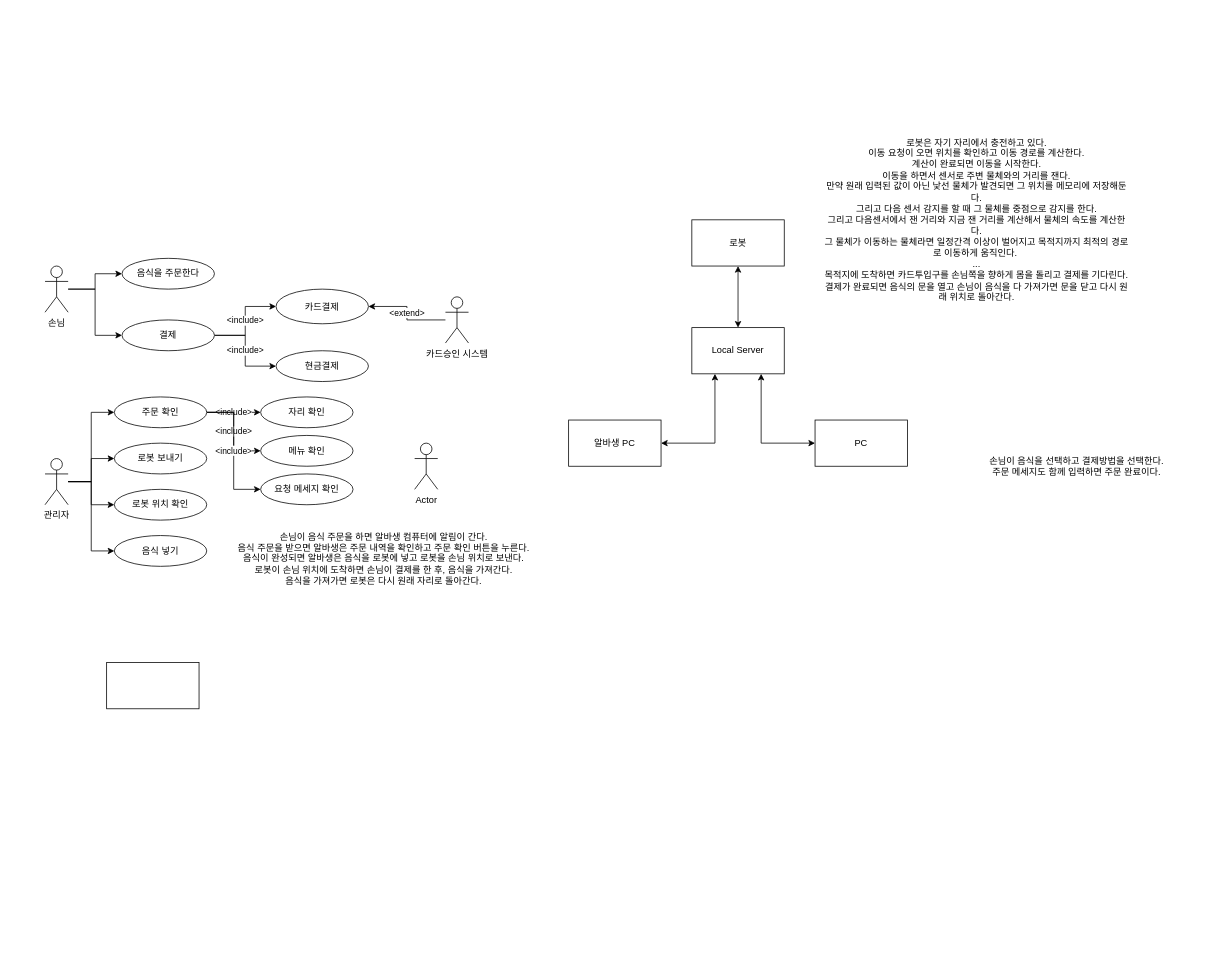
The draw.io diagram 제목 없는 다이어그램.drawio in oyc0401/Creative-Computer-Engineering-Design, before the edit. Source tidied: cells renumbered, new cells numbered last; positions are measured from the earlier drawing's top-left corner, leaving out a move shared by most shapes. Both pictures are drawn from the tidied source at 77%, with x=0, y=0 at pixel (45, 142).
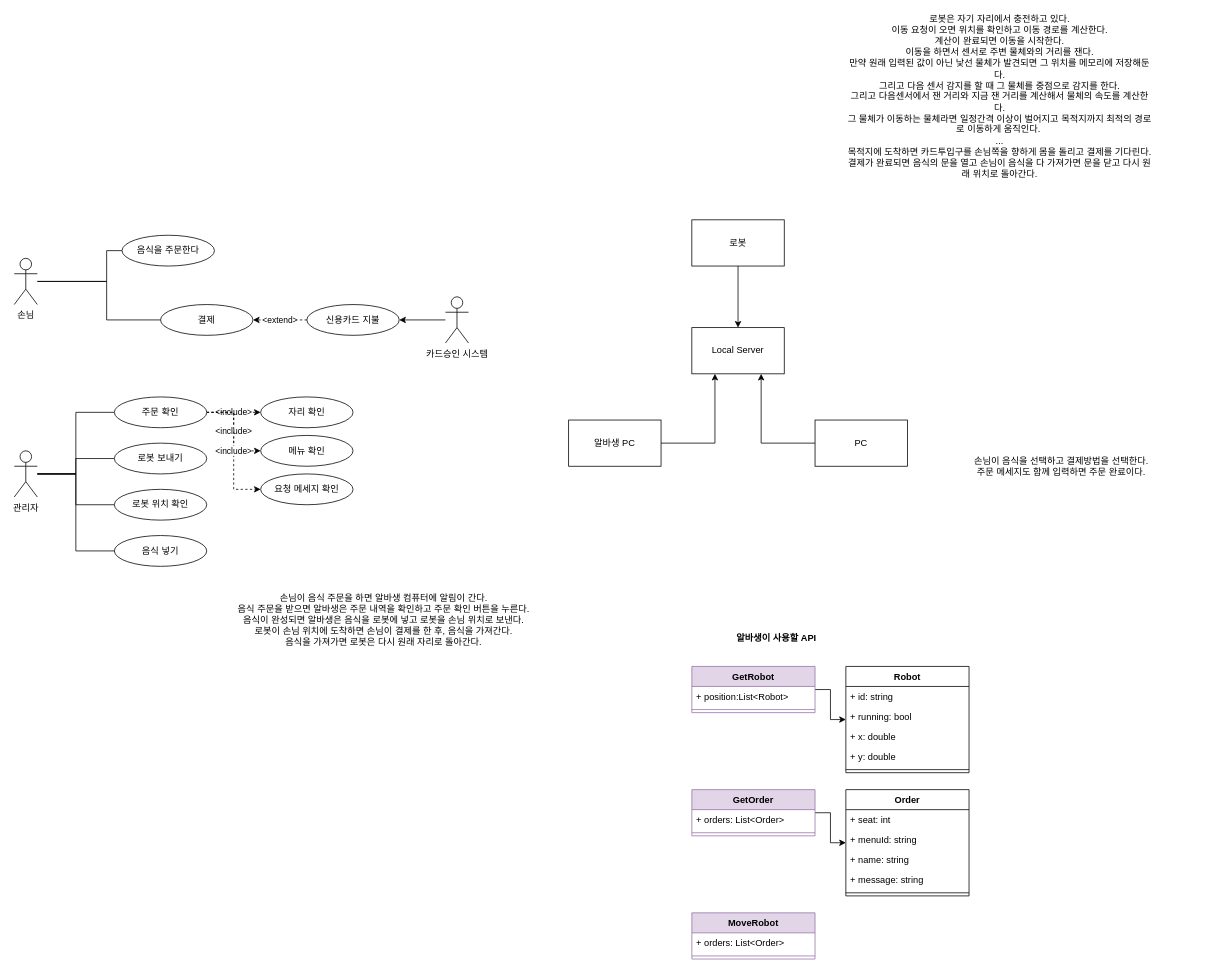
Above is the later version.

The change refers to these unchanged cells:
```xml
<mxCell id="16" value="로봇 보내기" style="ellipse;whiteSpace=wrap;html=1;" parent="1" vertex="1">
  <mxGeometry x="90" y="390" width="120" height="40" as="geometry" />
</mxCell>
<mxCell id="17" value="음식 넣기" style="ellipse;whiteSpace=wrap;html=1;" parent="1" vertex="1">
  <mxGeometry x="90" y="510" width="120" height="40" as="geometry" />
</mxCell>
<mxCell id="18" value="로봇 위치 확인" style="ellipse;whiteSpace=wrap;html=1;" parent="1" vertex="1">
  <mxGeometry x="90" y="450" width="120" height="40" as="geometry" />
</mxCell>
<mxCell id="22" value="주문 확인" style="ellipse;whiteSpace=wrap;html=1;" parent="1" vertex="1">
  <mxGeometry x="90" y="330" width="120" height="40" as="geometry" />
</mxCell>
<mxCell id="24" value="카드승인 시스템" style="shape=umlActor;verticalLabelPosition=bottom;verticalAlign=top;html=1;outlineConnect=0;" parent="1" vertex="1">
  <mxGeometry x="520" y="200" width="30" height="60" as="geometry" />
</mxCell>
<mxCell id="27" value="Local Server" style="rounded=0;whiteSpace=wrap;html=1;" parent="1" vertex="1">
  <mxGeometry x="840" y="240" width="120" height="60" as="geometry" />
</mxCell>
<mxCell id="29" value="PC" style="rounded=0;whiteSpace=wrap;html=1;" parent="1" vertex="1">
  <mxGeometry x="1000" y="360" width="120" height="60" as="geometry" />
</mxCell>
<mxCell id="31" value="알바생 PC" style="rounded=0;whiteSpace=wrap;html=1;" parent="1" vertex="1">
  <mxGeometry x="680" y="360" width="120" height="60" as="geometry" />
</mxCell>
<mxCell id="32" value="로봇" style="rounded=0;whiteSpace=wrap;html=1;" parent="1" vertex="1">
  <mxGeometry x="840" y="100" width="120" height="60" as="geometry" />
</mxCell>
<mxCell id="33" value="자리 확인" style="ellipse;whiteSpace=wrap;html=1;" parent="1" vertex="1">
  <mxGeometry x="280" y="330" width="120" height="40" as="geometry" />
</mxCell>
<mxCell id="34" value="메뉴 확인" style="ellipse;whiteSpace=wrap;html=1;" parent="1" vertex="1">
  <mxGeometry x="280" y="380" width="120" height="40" as="geometry" />
</mxCell>
<mxCell id="35" value="요청 메세지 확인" style="ellipse;whiteSpace=wrap;html=1;" parent="1" vertex="1">
  <mxGeometry x="280" y="430" width="120" height="40" as="geometry" />
</mxCell>
```

The edit, as a diff of the source:
```diff
@@
-    <mxCell id="2" style="edgeStyle=orthogonalEdgeStyle;rounded=0;jettySize=auto;html=1;" parent="1" edge="1" source="4" target="5">
-      <mxGeometry relative="1" as="geometry" />
+    <mxCell id="2" style="edgeStyle=orthogonalEdgeStyle;rounded=0;jettySize=auto;html=1;endArrow=none;endFill=0;" parent="1" edge="1" source="4" target="5">
+      <mxGeometry relative="1" as="geometry">
+        <Array as="points">
+          <mxPoint x="80" y="180" />
+          <mxPoint x="80" y="140" />
+        </Array>
+      </mxGeometry>
     </mxCell>
-    <mxCell id="3" style="edgeStyle=orthogonalEdgeStyle;rounded=0;jettySize=auto;html=1;entryX=0;entryY=0.5;entryDx=0;entryDy=0;" parent="1" edge="1" source="4" target="8">
-      <mxGeometry relative="1" as="geometry" />
+    <mxCell id="3" style="edgeStyle=orthogonalEdgeStyle;rounded=0;jettySize=auto;html=1;entryX=0;entryY=0.5;entryDx=0;entryDy=0;startArrow=none;startFill=0;endArrow=none;endFill=0;" parent="1" edge="1" source="4" target="8">
+      <mxGeometry relative="1" as="geometry">
+        <Array as="points">
+          <mxPoint x="80" y="180" />
+          <mxPoint x="80" y="230" />
+        </Array>
+      </mxGeometry>
     </mxCell>
     <mxCell id="4" value="손님" style="shape=umlActor;verticalLabelPosition=bottom;verticalAlign=top;html=1;outlineConnect=0;" parent="1" vertex="1">
-      <mxGeometry y="160" width="30" height="60" as="geometry" />
+      <mxGeometry x="-40" y="150" width="30" height="60" as="geometry" />
     </mxCell>
     <mxCell id="5" value="음식을 주문한다" style="ellipse;whiteSpace=wrap;html=1;" parent="1" vertex="1">
-      <mxGeometry x="100" y="150" width="120" height="40" as="geometry" />
+      <mxGeometry x="100" y="120" width="120" height="40" as="geometry" />
     </mxCell>
-    <mxCell id="6" value="&amp;lt;include&amp;gt;" style="edgeStyle=orthogonalEdgeStyle;rounded=0;jettySize=auto;html=1;" parent="1" edge="1" source="8" target="9">
-      <mxGeometry relative="1" as="geometry" />
-    </mxCell>
-    <mxCell id="7" value="&amp;lt;include&amp;gt;" style="edgeStyle=orthogonalEdgeStyle;rounded=0;jettySize=auto;html=1;" parent="1" edge="1" source="8" target="10">
-      <mxGeometry relative="1" as="geometry" />
-    </mxCell>
     <mxCell id="8" value="결제" style="ellipse;whiteSpace=wrap;html=1;" parent="1" vertex="1">
-      <mxGeometry x="100" y="230" width="120" height="40" as="geometry" />
+      <mxGeometry x="150" y="210" width="120" height="40" as="geometry" />
     </mxCell>
-    <mxCell id="9" value="카드결제" style="ellipse;whiteSpace=wrap;html=1;" parent="1" vertex="1">
-      <mxGeometry x="300" y="190" width="120" height="45" as="geometry" />
-    </mxCell>
-    <mxCell id="10" value="현금결제" style="ellipse;whiteSpace=wrap;html=1;" parent="1" vertex="1">
-      <mxGeometry x="300" y="270" width="120" height="40" as="geometry" />
-    </mxCell>
-    <mxCell id="11" style="edgeStyle=orthogonalEdgeStyle;rounded=0;jettySize=auto;html=1;" parent="1" edge="1" source="15" target="16">
+    <mxCell id="11" style="edgeStyle=orthogonalEdgeStyle;rounded=0;jettySize=auto;html=1;endArrow=none;endFill=0;" parent="1" edge="1" source="15" target="16">
       <mxGeometry relative="1" as="geometry" />
     </mxCell>
-    <mxCell id="12" style="edgeStyle=orthogonalEdgeStyle;rounded=0;jettySize=auto;html=1;entryX=0;entryY=0.5;entryDx=0;entryDy=0;" parent="1" edge="1" source="15" target="17">
+    <mxCell id="12" style="edgeStyle=orthogonalEdgeStyle;rounded=0;jettySize=auto;html=1;entryX=0;entryY=0.5;entryDx=0;entryDy=0;endArrow=none;endFill=0;" parent="1" edge="1" source="15" target="17">
       <mxGeometry relative="1" as="geometry" />
     </mxCell>
-    <mxCell id="13" style="edgeStyle=orthogonalEdgeStyle;rounded=0;jettySize=auto;html=1;" parent="1" edge="1" source="15" target="18">
+    <mxCell id="13" style="edgeStyle=orthogonalEdgeStyle;rounded=0;jettySize=auto;html=1;endArrow=none;endFill=0;" parent="1" edge="1" source="15" target="18">
       <mxGeometry relative="1" as="geometry" />
     </mxCell>
-    <mxCell id="14" style="edgeStyle=orthogonalEdgeStyle;rounded=0;jettySize=auto;html=1;entryX=0;entryY=0.5;entryDx=0;entryDy=0;" parent="1" edge="1" source="15" target="22">
+    <mxCell id="14" style="edgeStyle=orthogonalEdgeStyle;rounded=0;jettySize=auto;html=1;entryX=0;entryY=0.5;entryDx=0;entryDy=0;endArrow=none;endFill=0;" parent="1" edge="1" source="15" target="22">
       <mxGeometry relative="1" as="geometry" />
     </mxCell>
     <mxCell id="15" value="관리자" style="shape=umlActor;verticalLabelPosition=bottom;verticalAlign=top;html=1;outlineConnect=0;" parent="1" vertex="1">
-      <mxGeometry y="410" width="30" height="60" as="geometry" />
+      <mxGeometry x="-40" y="400" width="30" height="60" as="geometry" />
     </mxCell>
@@
-    <mxCell id="19" value="&lt;span style=&quot;color: rgb(0, 0, 0); font-family: Helvetica; font-size: 11px; font-style: normal; font-variant-ligatures: normal; font-variant-caps: normal; font-weight: 400; letter-spacing: normal; orphans: 2; text-align: center; text-indent: 0px; text-transform: none; widows: 2; word-spacing: 0px; -webkit-text-stroke-width: 0px; background-color: rgb(255, 255, 255); text-decoration-thickness: initial; text-decoration-style: initial; text-decoration-color: initial; float: none; display: inline !important;&quot;&gt;&amp;lt;include&amp;gt;&lt;/span&gt;" style="edgeStyle=orthogonalEdgeStyle;rounded=0;jettySize=auto;html=1;startArrow=none;startFill=0;" parent="1" edge="1" source="22" target="33">
+    <mxCell id="19" value="&lt;span style=&quot;color: rgb(0, 0, 0); font-family: Helvetica; font-size: 11px; font-style: normal; font-variant-ligatures: normal; font-variant-caps: normal; font-weight: 400; letter-spacing: normal; orphans: 2; text-align: center; text-indent: 0px; text-transform: none; widows: 2; word-spacing: 0px; -webkit-text-stroke-width: 0px; background-color: rgb(255, 255, 255); text-decoration-thickness: initial; text-decoration-style: initial; text-decoration-color: initial; float: none; display: inline !important;&quot;&gt;&amp;lt;include&amp;gt;&lt;/span&gt;" style="edgeStyle=orthogonalEdgeStyle;rounded=0;jettySize=auto;html=1;startArrow=none;startFill=0;dashed=1;" parent="1" edge="1" source="22" target="33">
       <mxGeometry relative="1" as="geometry" />
     </mxCell>
-    <mxCell id="20" value="&lt;span style=&quot;color: rgb(0, 0, 0); font-family: Helvetica; font-size: 11px; font-style: normal; font-variant-ligatures: normal; font-variant-caps: normal; font-weight: 400; letter-spacing: normal; orphans: 2; text-align: center; text-indent: 0px; text-transform: none; widows: 2; word-spacing: 0px; -webkit-text-stroke-width: 0px; background-color: rgb(255, 255, 255); text-decoration-thickness: initial; text-decoration-style: initial; text-decoration-color: initial; float: none; display: inline !important;&quot;&gt;&amp;lt;include&amp;gt;&lt;/span&gt;" style="edgeStyle=orthogonalEdgeStyle;rounded=0;jettySize=auto;html=1;entryX=0;entryY=0.5;entryDx=0;entryDy=0;startArrow=none;startFill=0;" parent="1" edge="1" source="22" target="34">
+    <mxCell id="20" value="&lt;span style=&quot;color: rgb(0, 0, 0); font-family: Helvetica; font-size: 11px; font-style: normal; font-variant-ligatures: normal; font-variant-caps: normal; font-weight: 400; letter-spacing: normal; orphans: 2; text-align: center; text-indent: 0px; text-transform: none; widows: 2; word-spacing: 0px; -webkit-text-stroke-width: 0px; background-color: rgb(255, 255, 255); text-decoration-thickness: initial; text-decoration-style: initial; text-decoration-color: initial; float: none; display: inline !important;&quot;&gt;&amp;lt;include&amp;gt;&lt;/span&gt;" style="edgeStyle=orthogonalEdgeStyle;rounded=0;jettySize=auto;html=1;entryX=0;entryY=0.5;entryDx=0;entryDy=0;startArrow=none;startFill=0;dashed=1;" parent="1" edge="1" source="22" target="34">
       <mxGeometry relative="1" as="geometry" />
     </mxCell>
-    <mxCell id="21" value="&lt;span style=&quot;color: rgb(0, 0, 0); font-family: Helvetica; font-size: 11px; font-style: normal; font-variant-ligatures: normal; font-variant-caps: normal; font-weight: 400; letter-spacing: normal; orphans: 2; text-align: center; text-indent: 0px; text-transform: none; widows: 2; word-spacing: 0px; -webkit-text-stroke-width: 0px; background-color: rgb(255, 255, 255); text-decoration-thickness: initial; text-decoration-style: initial; text-decoration-color: initial; float: none; display: inline !important;&quot;&gt;&amp;lt;include&amp;gt;&lt;/span&gt;" style="edgeStyle=orthogonalEdgeStyle;rounded=0;jettySize=auto;html=1;entryX=0;entryY=0.5;entryDx=0;entryDy=0;startArrow=none;startFill=0;" parent="1" edge="1" source="22" target="35">
+    <mxCell id="21" value="&lt;span style=&quot;color: rgb(0, 0, 0); font-family: Helvetica; font-size: 11px; font-style: normal; font-variant-ligatures: normal; font-variant-caps: normal; font-weight: 400; letter-spacing: normal; orphans: 2; text-align: center; text-indent: 0px; text-transform: none; widows: 2; word-spacing: 0px; -webkit-text-stroke-width: 0px; background-color: rgb(255, 255, 255); text-decoration-thickness: initial; text-decoration-style: initial; text-decoration-color: initial; float: none; display: inline !important;&quot;&gt;&amp;lt;include&amp;gt;&lt;/span&gt;" style="edgeStyle=orthogonalEdgeStyle;rounded=0;jettySize=auto;html=1;entryX=0;entryY=0.5;entryDx=0;entryDy=0;startArrow=none;startFill=0;dashed=1;" parent="1" edge="1" source="22" target="35">
       <mxGeometry relative="1" as="geometry" />
     </mxCell>
@@
-    <mxCell id="23" value="&amp;lt;extend&amp;gt;" style="edgeStyle=orthogonalEdgeStyle;jettySize=auto;html=1;rounded=0;" parent="1" edge="1" source="24" target="9">
-      <mxGeometry relative="1" as="geometry" />
-    </mxCell>
+    <mxCell id="40" style="edgeStyle=orthogonalEdgeStyle;rounded=0;jettySize=auto;html=1;startArrow=none;startFill=0;endArrow=classic;endFill=1;" parent="1" edge="1" source="24" target="42">
+      <mxGeometry relative="1" as="geometry" />
+    </mxCell>
@@
-    <mxCell id="25" value="Actor" style="shape=umlActor;verticalLabelPosition=bottom;verticalAlign=top;html=1;" parent="1" vertex="1">
-      <mxGeometry x="480" y="390" width="30" height="60" as="geometry" />
-    </mxCell>
-    <mxCell id="26" style="edgeStyle=orthogonalEdgeStyle;rounded=0;jettySize=auto;html=1;startArrow=classic;startFill=1;" parent="1" edge="1" source="27" target="32">
-      <mxGeometry relative="1" as="geometry" />
-    </mxCell>
@@
-    <mxCell id="28" style="edgeStyle=orthogonalEdgeStyle;rounded=0;jettySize=auto;html=1;entryX=0.75;entryY=1;entryDx=0;entryDy=0;startArrow=classic;startFill=1;" parent="1" edge="1" source="29" target="27">
+    <mxCell id="28" style="edgeStyle=orthogonalEdgeStyle;rounded=0;jettySize=auto;html=1;entryX=0.75;entryY=1;entryDx=0;entryDy=0;startArrow=none;startFill=0;endArrow=classic;endFill=1;" parent="1" edge="1" source="29" target="27">
       <mxGeometry relative="1" as="geometry" />
     </mxCell>
@@
-    <mxCell id="30" style="edgeStyle=orthogonalEdgeStyle;rounded=0;jettySize=auto;html=1;entryX=0.25;entryY=1;entryDx=0;entryDy=0;startArrow=classic;startFill=1;" parent="1" edge="1" source="31" target="27">
+    <mxCell id="30" style="edgeStyle=orthogonalEdgeStyle;rounded=0;jettySize=auto;html=1;entryX=0.25;entryY=1;entryDx=0;entryDy=0;startArrow=none;startFill=0;endArrow=classic;endFill=1;" parent="1" edge="1" source="31" target="27">
       <mxGeometry relative="1" as="geometry" />
     </mxCell>
@@
+    <mxCell id="41" style="edgeStyle=orthogonalEdgeStyle;rounded=0;jettySize=auto;html=1;startArrow=none;startFill=0;endArrow=classic;endFill=1;" parent="1" edge="1" source="32" target="27">
+      <mxGeometry relative="1" as="geometry" />
+    </mxCell>
@@
     <mxCell id="36" value="손님이 음식 주문을 하면 알바생 컴퓨터에 알림이 간다.&lt;br&gt;음식 주문을 받으면 알바생은 주문 내역을 확인하고 주문 확인 버튼을 누른다.&lt;br&gt;음식이 완성되면 알바생은 음식을 로봇에 넣고 로봇을 손님 위치로 보낸다.&lt;br&gt;로봇이 손님 위치에 도착하면 손님이 결제를 한 후, 음식을 가져간다.&lt;br&gt;음식을 가져가면 로봇은 다시 원래 자리로 돌아간다." style="text;html=1;strokeColor=none;fillColor=none;align=center;verticalAlign=middle;whiteSpace=wrap;rounded=0;" parent="1" vertex="1">
-      <mxGeometry x="240" y="480" width="400" height="120" as="geometry" />
+      <mxGeometry x="240" y="560" width="400" height="120" as="geometry" />
     </mxCell>
-    <mxCell id="37" style="rounded=0;whiteSpace=wrap;html=1;" parent="1" vertex="1">
-      <mxGeometry x="80" y="675" width="120" height="60" as="geometry" />
-    </mxCell>
     <mxCell id="38" value="로봇은 자기 자리에서 충전하고 있다.&lt;br&gt;이동 요청이 오면 위치를 확인하고 이동 경로를 계산한다.&lt;br&gt;계산이 완료되면 이동을 시작한다.&lt;br&gt;이동을 하면서 센서로 주변 물체와의 거리를 잰다.&lt;br&gt;만약 원래 입력된 값이 아닌 낯선 물체가 발견되면 그 위치를 메모리에 저장해둔다.&lt;br&gt;그리고 다음 센서 감지를 할 때 그 물체를 중점으로 감지를 한다.&lt;br&gt;그리고 다음센서에서 잰 거리와 지금 잰 거리를 계산해서 물체의 속도를 계산한다.&lt;br&gt;그 물체가 이동하는 물체라면 일정간격 이상이 벌어지고 목적지까지 최적의 경로로 이동하게 움직인다.&amp;nbsp;&lt;br&gt;...&lt;br&gt;목적지에 도착하면 카드투입구를 손님쪽을 향하게 몸을 돌리고 결제를 기다린다.&lt;br&gt;결제가 완료되면 음식의 문을 열고 손님이 음식을 다 가져가면 문을 닫고 다시 원래 위치로 돌아간다." style="text;html=1;strokeColor=none;fillColor=none;align=center;verticalAlign=middle;whiteSpace=wrap;rounded=0;" parent="1" vertex="1">
-      <mxGeometry x="1010" width="400" height="200" as="geometry" />
+      <mxGeometry x="1040" y="-160" width="400" height="200" as="geometry" />
     </mxCell>
     <mxCell id="39" value="손님이 음식을 선택하고 결제방법을 선택한다.&lt;br&gt;주문 메세지도 함께 입력하면 주문 완료이다.&lt;br&gt;" style="text;html=1;strokeColor=none;fillColor=none;align=center;verticalAlign=middle;whiteSpace=wrap;rounded=0;" parent="1" vertex="1">
-      <mxGeometry x="1160" y="360" width="360" height="120" as="geometry" />
+      <mxGeometry x="1140" y="360" width="360" height="120" as="geometry" />
     </mxCell>
+    <mxCell id="23" value="&amp;lt;extend&amp;gt;" style="edgeStyle=orthogonalEdgeStyle;rounded=0;jettySize=auto;html=1;dashed=1;startArrow=none;startFill=0;endArrow=classic;endFill=1;" parent="1" edge="1" source="42" target="8">
+      <mxGeometry relative="1" as="geometry" />
+    </mxCell>
+    <mxCell id="42" value="신용카드 지불" style="ellipse;whiteSpace=wrap;html=1;" parent="1" vertex="1">
+      <mxGeometry x="340" y="210" width="120" height="40" as="geometry" />
+    </mxCell>
+    <mxCell id="43" style="edgeStyle=orthogonalEdgeStyle;rounded=0;jettySize=auto;html=1;startArrow=none;startFill=0;endArrow=classic;endFill=1;" parent="1" edge="1" source="44" target="51">
+      <mxGeometry relative="1" as="geometry" />
+    </mxCell>
+    <mxCell id="44" value="GetRobot" style="swimlane;fontStyle=1;align=center;verticalAlign=top;horizontal=1;startSize=26;fillColor=#e1d5e7;strokeColor=#9673a6;" parent="1" vertex="1">
+      <mxGeometry x="840" y="680" width="160" height="60" as="geometry" />
+    </mxCell>
+    <mxCell id="45" value="+ position:List&lt;Robot&gt;" style="text;strokeColor=none;fillColor=none;align=left;verticalAlign=top;spacingLeft=4;spacingRight=4;overflow=hidden;" parent="44" vertex="1">
+      <mxGeometry y="26" width="160" height="26" as="geometry" />
+    </mxCell>
+    <mxCell id="46" style="line;strokeWidth=1;fillColor=none;align=left;verticalAlign=middle;spacingTop=-1;spacingLeft=3;spacingRight=3;labelPosition=right;strokeColor=inherit;" parent="44" vertex="1">
+      <mxGeometry y="52" width="160" height="8" as="geometry" />
+    </mxCell>
+    <mxCell id="47" style="edgeStyle=orthogonalEdgeStyle;rounded=0;jettySize=auto;html=1;startArrow=none;startFill=0;endArrow=classic;endFill=1;" parent="1" edge="1" source="48" target="57">
+      <mxGeometry relative="1" as="geometry" />
+    </mxCell>
+    <mxCell id="48" value="GetOrder" style="swimlane;fontStyle=1;align=center;verticalAlign=top;horizontal=1;startSize=26;fillColor=#e1d5e7;strokeColor=#9673a6;" parent="1" vertex="1">
+      <mxGeometry x="840" y="840" width="160" height="60" as="geometry" />
+    </mxCell>
+    <mxCell id="49" value="+ orders: List&lt;Order&gt;" style="text;strokeColor=none;fillColor=none;align=left;verticalAlign=top;spacingLeft=4;spacingRight=4;overflow=hidden;" parent="48" vertex="1">
+      <mxGeometry y="26" width="160" height="26" as="geometry" />
+    </mxCell>
+    <mxCell id="50" style="line;strokeWidth=1;fillColor=none;align=left;verticalAlign=middle;spacingTop=-1;spacingLeft=3;spacingRight=3;labelPosition=right;strokeColor=inherit;" parent="48" vertex="1">
+      <mxGeometry y="52" width="160" height="8" as="geometry" />
+    </mxCell>
+    <mxCell id="51" value="Robot" style="swimlane;fontStyle=1;align=center;verticalAlign=top;horizontal=1;startSize=26;fillColor=none;" parent="1" vertex="1">
+      <mxGeometry x="1040" y="680" width="160" height="138" as="geometry" />
+    </mxCell>
+    <mxCell id="52" value="+ id: string" style="text;strokeColor=none;fillColor=none;align=left;verticalAlign=top;spacingLeft=4;spacingRight=4;overflow=hidden;" parent="51" vertex="1">
+      <mxGeometry y="26" width="160" height="26" as="geometry" />
+    </mxCell>
+    <mxCell id="53" value="+ running: bool" style="text;strokeColor=none;fillColor=none;align=left;verticalAlign=top;spacingLeft=4;spacingRight=4;overflow=hidden;" parent="51" vertex="1">
+      <mxGeometry y="52" width="160" height="26" as="geometry" />
+    </mxCell>
+    <mxCell id="54" value="+ x: double" style="text;strokeColor=none;fillColor=none;align=left;verticalAlign=top;spacingLeft=4;spacingRight=4;overflow=hidden;" parent="51" vertex="1">
+      <mxGeometry y="78" width="160" height="26" as="geometry" />
+    </mxCell>
+    <mxCell id="55" value="+ y: double" style="text;strokeColor=none;fillColor=none;align=left;verticalAlign=top;spacingLeft=4;spacingRight=4;overflow=hidden;" parent="51" vertex="1">
+      <mxGeometry y="104" width="160" height="26" as="geometry" />
+    </mxCell>
+    <mxCell id="56" style="line;strokeWidth=1;fillColor=none;align=left;verticalAlign=middle;spacingTop=-1;spacingLeft=3;spacingRight=3;labelPosition=right;strokeColor=inherit;" parent="51" vertex="1">
+      <mxGeometry y="130" width="160" height="8" as="geometry" />
+    </mxCell>
+    <mxCell id="57" value="Order" style="swimlane;fontStyle=1;align=center;verticalAlign=top;horizontal=1;startSize=26;fillColor=none;" parent="1" vertex="1">
+      <mxGeometry x="1040" y="840" width="160" height="138" as="geometry" />
+    </mxCell>
+    <mxCell id="58" value="+ seat: int" style="text;strokeColor=none;fillColor=none;align=left;verticalAlign=top;spacingLeft=4;spacingRight=4;overflow=hidden;" parent="57" vertex="1">
+      <mxGeometry y="26" width="160" height="26" as="geometry" />
+    </mxCell>
+    <mxCell id="59" value="+ menuId: string" style="text;strokeColor=none;fillColor=none;align=left;verticalAlign=top;spacingLeft=4;spacingRight=4;overflow=hidden;" parent="57" vertex="1">
+      <mxGeometry y="52" width="160" height="26" as="geometry" />
+    </mxCell>
+    <mxCell id="60" value="+ name: string" style="text;strokeColor=none;fillColor=none;align=left;verticalAlign=top;spacingLeft=4;spacingRight=4;overflow=hidden;" parent="57" vertex="1">
+      <mxGeometry y="78" width="160" height="26" as="geometry" />
+    </mxCell>
+    <mxCell id="61" value="+ message: string" style="text;strokeColor=none;fillColor=none;align=left;verticalAlign=top;spacingLeft=4;spacingRight=4;overflow=hidden;" parent="57" vertex="1">
+      <mxGeometry y="104" width="160" height="26" as="geometry" />
+    </mxCell>
+    <mxCell id="62" style="line;strokeWidth=1;fillColor=none;align=left;verticalAlign=middle;spacingTop=-1;spacingLeft=3;spacingRight=3;labelPosition=right;strokeColor=inherit;" parent="57" vertex="1">
+      <mxGeometry y="130" width="160" height="8" as="geometry" />
+    </mxCell>
+    <mxCell id="63" value="알바생이 사용할 API" style="text;align=center;fontStyle=1;verticalAlign=middle;spacingLeft=3;spacingRight=3;strokeColor=none;fillColor=none;" parent="1" vertex="1">
+      <mxGeometry x="910" y="630" width="80" height="26" as="geometry" />
+    </mxCell>
+    <mxCell id="64" value="MoveRobot" style="swimlane;fontStyle=1;align=center;verticalAlign=top;horizontal=1;startSize=26;fillColor=#e1d5e7;strokeColor=#9673a6;" parent="1" vertex="1">
+      <mxGeometry x="840" y="1000" width="160" height="60" as="geometry" />
+    </mxCell>
+    <mxCell id="65" value="+ orders: List&lt;Order&gt;" style="text;strokeColor=none;fillColor=none;align=left;verticalAlign=top;spacingLeft=4;spacingRight=4;overflow=hidden;" parent="64" vertex="1">
+      <mxGeometry y="26" width="160" height="26" as="geometry" />
+    </mxCell>
+    <mxCell id="66" style="line;strokeWidth=1;fillColor=none;align=left;verticalAlign=middle;spacingTop=-1;spacingLeft=3;spacingRight=3;labelPosition=right;strokeColor=inherit;" parent="64" vertex="1">
+      <mxGeometry y="52" width="160" height="8" as="geometry" />
+    </mxCell>
```
